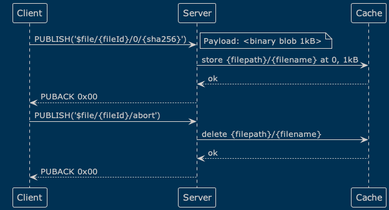
emqx/eip keeps this PlantUML diagram as active/0021-assets/flow-abort.png. Above is the earlier version.
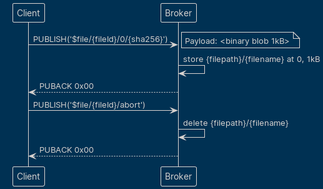
After the change.

Diff of the diagram source:
```diff
@@ -1,14 +1,12 @@
 @startuml
 !theme blueprint
-Client -> Server: PUBLISH('$file/{fileId}/0/{sha256}')
+Client -> Broker: PUBLISH('$file/{fileId}/0/{sha256}')
 note right
 Payload: <binary blob 1kB>
 end note
-Server -> Cache: store {filepath}/{filename} at 0, 1kB
-Cache --> Server: ok
-Server --> Client: PUBACK 0x00
-Client -> Server: PUBLISH('$file/{fileId}/abort')
-Server -> Cache: delete {filepath}/{filename}
-Cache --> Server: ok
-Server --> Client: PUBACK 0x00
+Broker -> Broker: store {filepath}/{filename} at 0, 1kB
+Broker --> Client: PUBACK 0x00
+Client -> Broker: PUBLISH('$file/{fileId}/abort')
+Broker -> Broker: delete {filepath}/{filename}
+Broker --> Client: PUBACK 0x00
 @enduml
```
